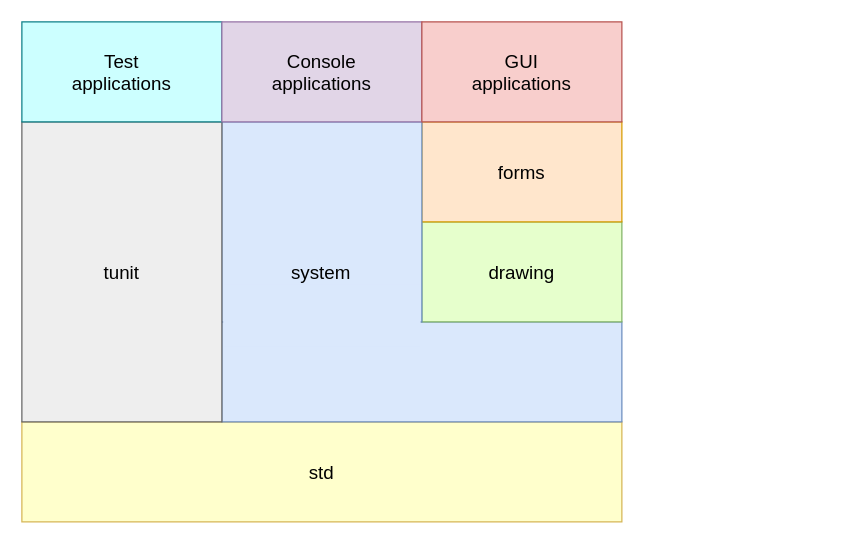
This is docs/pictures/diagrams/block_diagram.drawio from gammasoft71/xtd, a draw.io file, before an edit. Source tidied: cells renumbered, new cells numbered last; positions are measured from the earlier drawing's top-left corner, leaving out a move shared by most shapes. Both pictures are drawn from the tidied source at 125%, with x=0, y=0 at pixel (21, 21).
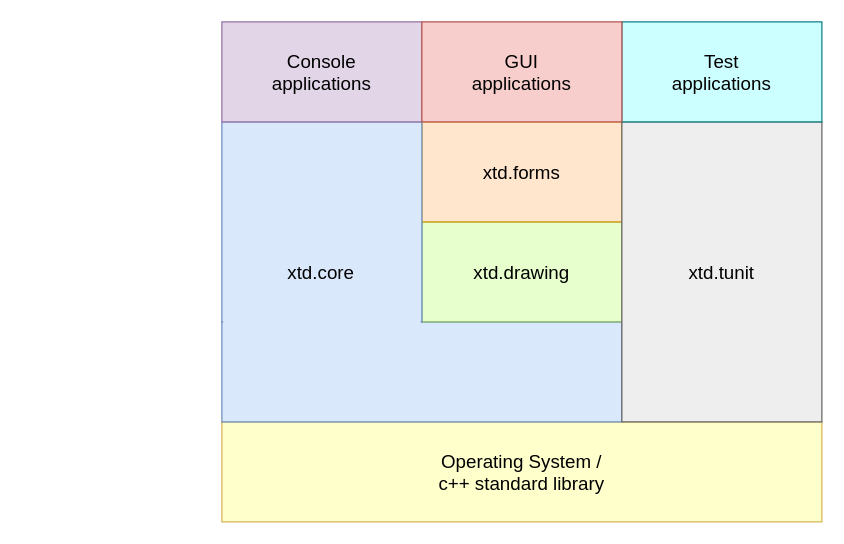
Above is the later version.

Diff of the diagram source:
```diff
@@
 <mxGraphModel>
   <root>
     <mxCell id="0" />
     <mxCell id="1" parent="0" />
-    <mxCell id="2" value="&lt;span&gt;std&lt;/span&gt;" style="rounded=0;whiteSpace=wrap;html=1;strokeColor=#d6b656;fontSize=15;fillColor=#FFFFCC;" parent="1" vertex="1">
-      <mxGeometry y="320" width="480" height="80" as="geometry" />
+    <mxCell id="2" value="&lt;span&gt;Operating System /&lt;br&gt;c++ standard library&lt;br&gt;&lt;/span&gt;" style="rounded=0;whiteSpace=wrap;html=1;strokeColor=#d6b656;fontSize=15;fillColor=#FFFFCC;" parent="1" vertex="1">
+      <mxGeometry x="160" y="320" width="480" height="80" as="geometry" />
     </mxCell>
     <mxCell id="3" style="rounded=0;whiteSpace=wrap;html=1;fillColor=#dae8fc;strokeColor=#6c8ebf;fontSize=15;" parent="1" vertex="1">
       <mxGeometry x="160" y="240" width="320" height="80" as="geometry" />
     </mxCell>
-    <mxCell id="4" value="drawing" style="rounded=0;whiteSpace=wrap;html=1;fontSize=15;fillColor=#E6FFCC;strokeColor=#82B366;" parent="1" vertex="1">
+    <mxCell id="4" value="xtd.drawing" style="rounded=0;whiteSpace=wrap;html=1;fontSize=15;fillColor=#E6FFCC;strokeColor=#82B366;" parent="1" vertex="1">
       <mxGeometry x="320" y="160" width="160" height="80" as="geometry" />
     </mxCell>
-    <mxCell id="5" value="forms" style="rounded=0;whiteSpace=wrap;html=1;fillColor=#FFE6CC;strokeColor=#d79b00;fontSize=15;" parent="1" vertex="1">
+    <mxCell id="5" value="xtd.forms" style="rounded=0;whiteSpace=wrap;html=1;fillColor=#FFE6CC;strokeColor=#d79b00;fontSize=15;" parent="1" vertex="1">
       <mxGeometry x="320" y="80" width="160" height="80" as="geometry" />
     </mxCell>
     <mxCell id="6" style="rounded=0;whiteSpace=wrap;html=1;fillColor=#dae8fc;strokeColor=#6c8ebf;fontSize=15;" parent="1" vertex="1">
       <mxGeometry x="160" y="80" width="160" height="160" as="geometry" />
     </mxCell>
-    <mxCell id="7" value="tunit" style="rounded=0;whiteSpace=wrap;html=1;fillColor=#EEEEEE;strokeColor=#666666;fontSize=15;" parent="1" vertex="1">
-      <mxGeometry y="80" width="160" height="240" as="geometry" />
+    <mxCell id="7" value="xtd.tunit" style="rounded=0;whiteSpace=wrap;html=1;fillColor=#EEEEEE;strokeColor=#666666;fontSize=15;" parent="1" vertex="1">
+      <mxGeometry x="480" y="80" width="160" height="240" as="geometry" />
     </mxCell>
     <mxCell id="8" value="&lt;span&gt;Test&lt;br&gt;applications&lt;br&gt;&lt;/span&gt;" style="rounded=0;whiteSpace=wrap;html=1;strokeColor=#0e8088;fontSize=15;fillColor=#CCFFFF;" parent="1" vertex="1">
-      <mxGeometry width="160" height="80" as="geometry" />
+      <mxGeometry x="480" width="160" height="80" as="geometry" />
     </mxCell>
     <mxCell id="9" style="rounded=0;whiteSpace=wrap;html=1;fillColor=#dae8fc;fontSize=15;strokeColor=none;" parent="1" vertex="1">
       <mxGeometry x="161" y="210" width="158" height="50" as="geometry" />
     </mxCell>
-    <mxCell id="10" value="system" style="text;html=1;align=center;verticalAlign=middle;fontSize=15;" parent="1" vertex="1">
-      <mxGeometry x="209" y="190" width="60" height="20" as="geometry" />
+    <mxCell id="10" value="xtd.core" style="text;html=1;align=center;verticalAlign=middle;fontSize=15;" parent="1" vertex="1">
+      <mxGeometry x="199" y="185" width="80" height="30" as="geometry" />
     </mxCell>
     <mxCell id="11" value="&lt;span&gt;Console&lt;br&gt;applications&lt;br&gt;&lt;/span&gt;" style="rounded=0;whiteSpace=wrap;html=1;strokeColor=#9673a6;fontSize=15;fillColor=#e1d5e7;" parent="1" vertex="1">
       <mxGeometry x="160" width="160" height="80" as="geometry" />
     </mxCell>
     <mxCell id="12" value="&lt;span&gt;GUI&lt;br&gt;applications&lt;br&gt;&lt;/span&gt;" style="rounded=0;whiteSpace=wrap;html=1;strokeColor=#b85450;fontSize=15;fillColor=#f8cecc;" parent="1" vertex="1">
       <mxGeometry x="320" width="160" height="80" as="geometry" />
     </mxCell>
   </root>
 </mxGraphModel>
```
